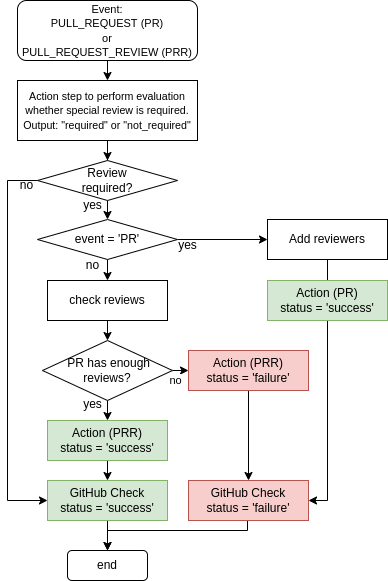
Before: img/pr-custom-review-flowchart.png, a diagram exported from draw.io (paritytech/pr-custom-review). Source tidied: cells renumbered, new cells last; positions are measured from the earlier drawing's top-left corner, leaving out a move shared by most shapes.
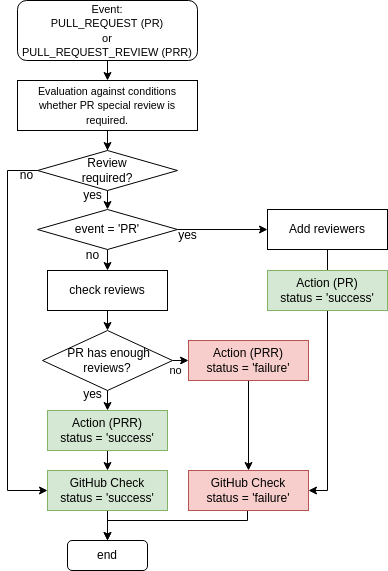
The same diagram one commit later.

What changed in the source:
```diff
@@ -6,7 +6,7 @@
       <mxGeometry relative="1" as="geometry" />
     </mxCell>
     <mxCell id="3" value="&lt;font style=&quot;font-size: 11px&quot;&gt;&lt;span style=&quot;text-align: left&quot;&gt;Event:&lt;/span&gt;&lt;br style=&quot;text-align: left&quot;&gt;&lt;span style=&quot;text-align: left&quot;&gt;PULL_REQUEST (PR)&lt;/span&gt;&lt;br style=&quot;text-align: left&quot;&gt;&lt;span style=&quot;text-align: left&quot;&gt;or&lt;/span&gt;&lt;br style=&quot;text-align: left&quot;&gt;&lt;span style=&quot;text-align: left&quot;&gt;PULL_REQUEST_REVIEW (PRR)&lt;/span&gt;&lt;/font&gt;" style="rounded=1;whiteSpace=wrap;html=1;" parent="1" vertex="1">
-      <mxGeometry x="10" width="180" height="60" as="geometry" />
+      <mxGeometry x="10" y="10" width="180" height="60" as="geometry" />
     </mxCell>
     <mxCell id="4" style="edgeStyle=orthogonalEdgeStyle;rounded=0;orthogonalLoop=1;jettySize=auto;html=1;startArrow=none;entryX=0.5;entryY=0;entryDx=0;entryDy=0;" parent="1" edge="1" source="24" target="24">
       <mxGeometry relative="1" as="geometry">
@@ -27,8 +27,8 @@
     <mxCell id="6" style="edgeStyle=orthogonalEdgeStyle;rounded=0;jettySize=auto;html=1;exitX=0.5;exitY=1;exitDx=0;exitDy=0;" parent="1" edge="1" source="7" target="24">
       <mxGeometry relative="1" as="geometry" />
     </mxCell>
-    <mxCell id="7" value="&lt;font face=&quot;arial&quot;&gt;&lt;span style=&quot;font-size: 10.6667px&quot;&gt;Action step to perform evaluation whether special review is required.&lt;br&gt;Output: &quot;required&quot; or &quot;not_required&quot;&lt;br&gt;&lt;/span&gt;&lt;/font&gt;" style="rounded=0;whiteSpace=wrap;html=1;" parent="1" vertex="1">
-      <mxGeometry x="10" y="80" width="180" height="60" as="geometry" />
+    <mxCell id="7" value="&lt;font face=&quot;arial&quot;&gt;&lt;span style=&quot;font-size: 10.6667px&quot;&gt;Evaluation against conditions whether PR special review is required.&lt;br&gt;&lt;/span&gt;&lt;/font&gt;" style="rounded=0;whiteSpace=wrap;html=1;" parent="1" vertex="1">
+      <mxGeometry x="10" y="90" width="180" height="50" as="geometry" />
     </mxCell>
     <mxCell id="8" style="edgeStyle=orthogonalEdgeStyle;rounded=0;jettySize=auto;html=1;exitX=1;exitY=0.5;exitDx=0;exitDy=0;entryX=0;entryY=0.5;entryDx=0;entryDy=0;" parent="1" edge="1" source="10" target="12">
       <mxGeometry relative="1" as="geometry" />
```
